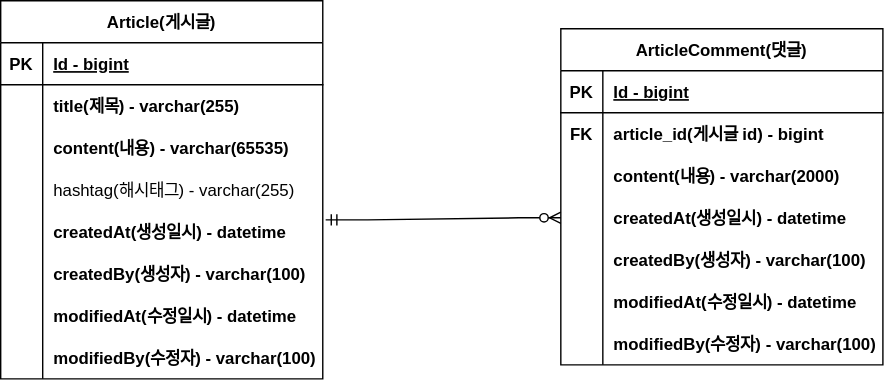
Earlier version of the draw.io export project-board-erd.svg (devSojoong/fastcampus-project-board). Source tidied: cells renumbered, new cells last; positions are measured from the earlier drawing's top-left corner, leaving out a move shared by most shapes.
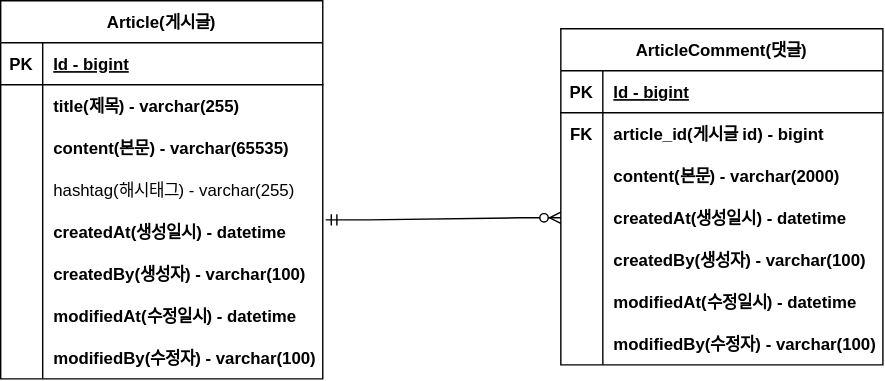
Above is the later version.

Commit message:
#8 - ERD 주석 업데이트 최종 : project-board-erd.svg

Diff of the diagram source:
```diff
@@ -29,7 +29,7 @@
     <mxCell id="10" style="shape=partialRectangle;overflow=hidden;fillColor=none;top=0;left=0;bottom=0;right=0;" parent="9" vertex="1">
       <mxGeometry width="30" height="30" as="geometry" />
     </mxCell>
-    <mxCell id="11" value="content(내용) - varchar(65535)" style="shape=partialRectangle;overflow=hidden;fillColor=none;top=0;left=0;bottom=0;right=0;align=left;spacingLeft=6;fontStyle=1;" parent="9" vertex="1">
+    <mxCell id="11" value="content(본문) - varchar(65535)" style="shape=partialRectangle;overflow=hidden;fillColor=none;top=0;left=0;bottom=0;right=0;align=left;spacingLeft=6;fontStyle=1;" parent="9" vertex="1">
       <mxGeometry x="30" width="200" height="30" as="geometry" />
     </mxCell>
     <mxCell id="12" style="shape=partialRectangle;fillColor=none;top=0;left=0;right=0;bottom=0;" parent="2" vertex="1">
@@ -104,7 +104,7 @@
     <mxCell id="35" style="shape=partialRectangle;overflow=hidden;fillColor=none;top=0;left=0;bottom=0;right=0;" parent="34" vertex="1">
       <mxGeometry width="30" height="30" as="geometry" />
     </mxCell>
-    <mxCell id="36" value="content(내용) - varchar(2000)" style="shape=partialRectangle;overflow=hidden;fillColor=none;top=0;left=0;bottom=0;right=0;align=left;spacingLeft=6;fontStyle=1;" parent="34" vertex="1">
+    <mxCell id="36" value="content(본문) - varchar(2000)" style="shape=partialRectangle;overflow=hidden;fillColor=none;top=0;left=0;bottom=0;right=0;align=left;spacingLeft=6;fontStyle=1;" parent="34" vertex="1">
       <mxGeometry x="30" width="200" height="30" as="geometry" />
     </mxCell>
     <mxCell id="37" style="shape=partialRectangle;fillColor=none;points=[[0,0.5],[1,0.5]];portConstraint=eastwest;top=0;left=0;right=0;bottom=0;" parent="27" vertex="1">
```
